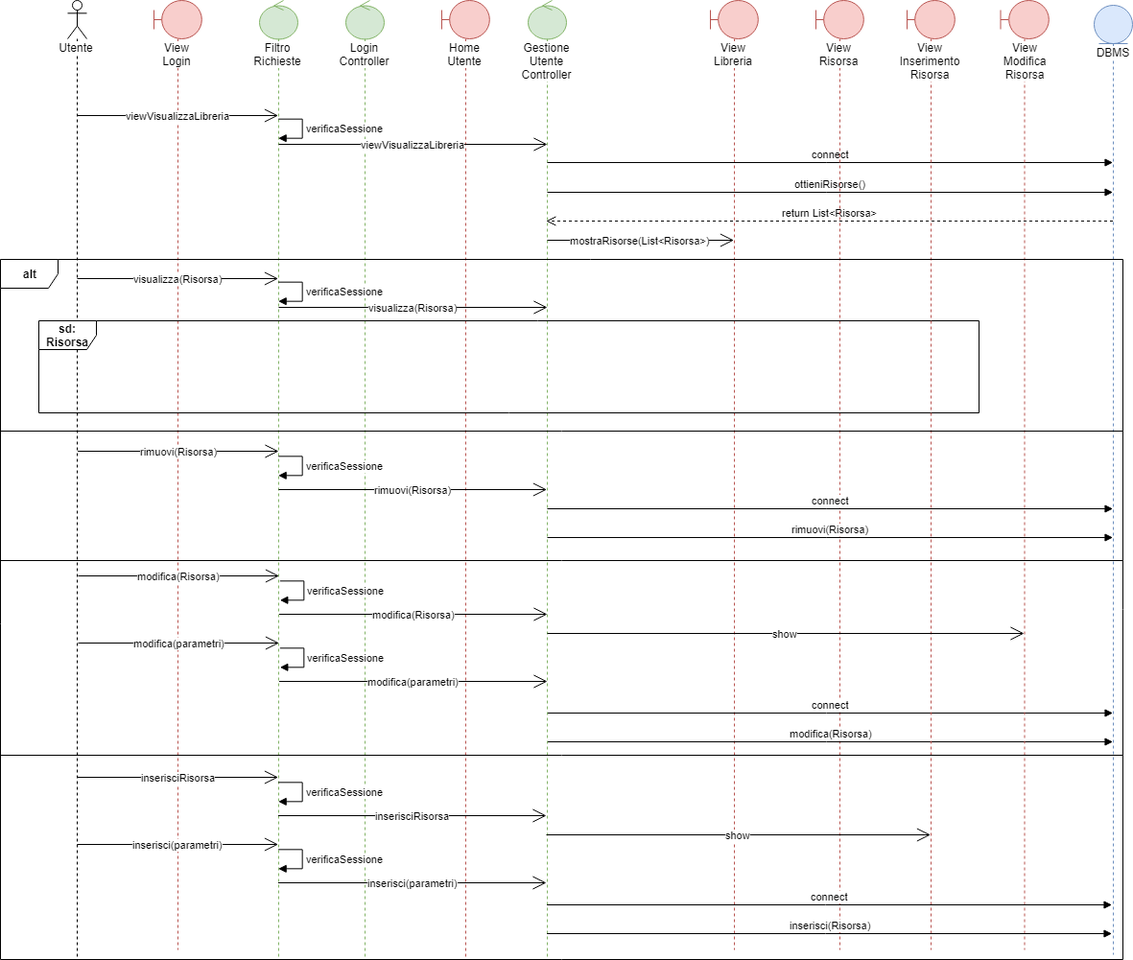
This is Relazione quasi completa/sdLibreria.png from SundavarBlaka/Alexandria, a draw.io export, as it was before one commit. Source tidied: cells renumbered, new cells last; positions are measured from the earlier drawing's top-left corner, leaving out a move shared by most shapes.
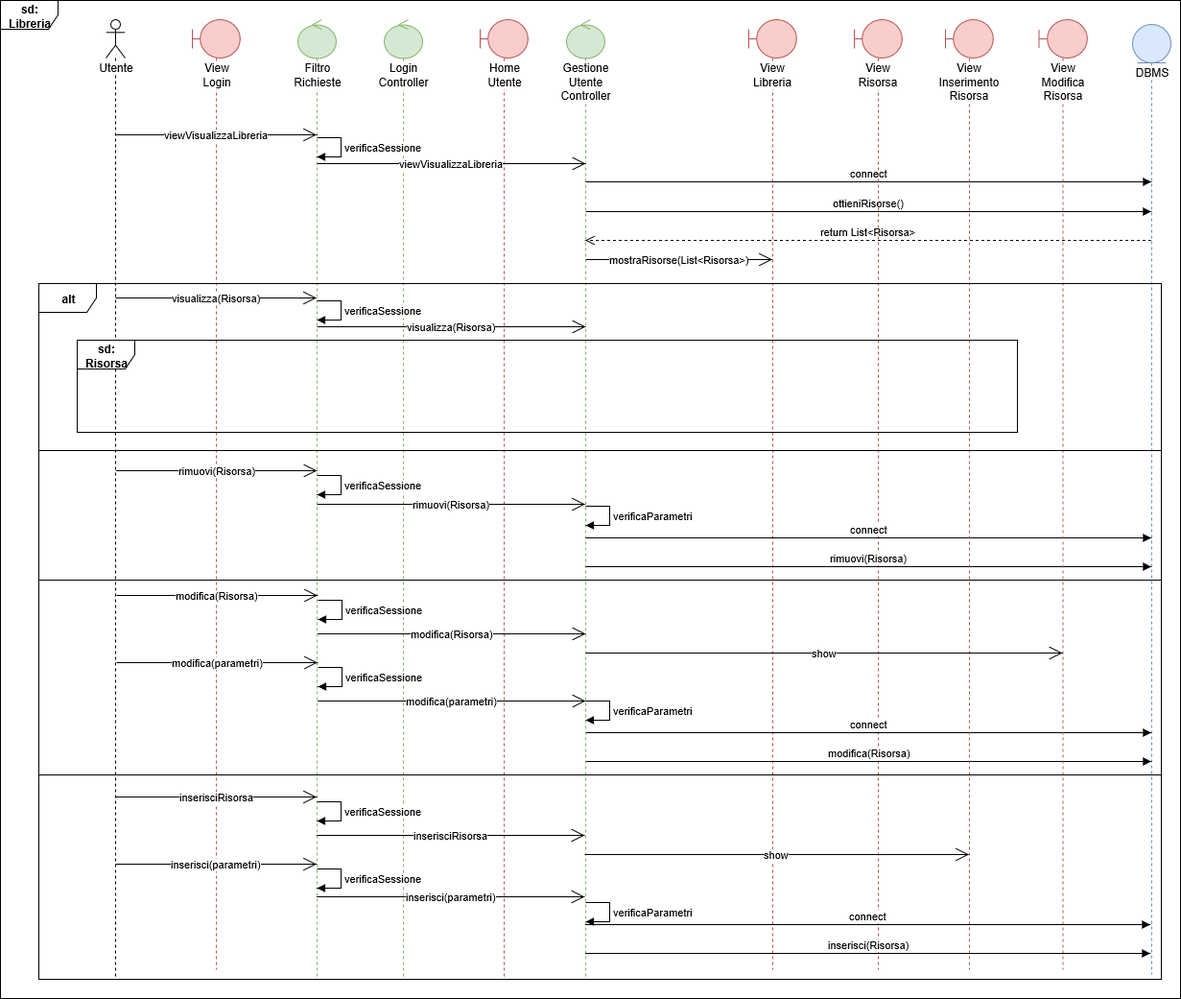
The same file after the commit.

Change to the diagram source:
```diff
@@ -102,9 +102,10 @@
         <mxPoint x="290" y="470" as="targetPoint" />
       </mxGeometry>
     </mxCell>
-    <mxCell id="23" value="rimuovi(Risorsa)&lt;br&gt;" style="endArrow=open;endSize=12;html=1;" parent="1" edge="1" target="7">
+    <mxCell id="23" value="rimuovi(Risorsa)&lt;br&gt;" style="endArrow=open;endSize=12;html=1;" parent="1" edge="1">
       <mxGeometry relative="1" as="geometry">
-        <mxPoint x="290" y="510" as="sourcePoint" />
+        <mxPoint x="290" y="505" as="sourcePoint" />
+        <mxPoint x="569.5" y="505" as="targetPoint" />
       </mxGeometry>
     </mxCell>
     <mxCell id="24" value="verificaSessione&lt;br&gt;" style="edgeStyle=orthogonalEdgeStyle;html=1;align=left;spacingLeft=2;endArrow=block;rounded=0;" parent="1" edge="1">
@@ -116,14 +117,16 @@
         </Array>
       </mxGeometry>
     </mxCell>
-    <mxCell id="25" value="connect&lt;br&gt;" style="html=1;verticalAlign=bottom;endArrow=block;" parent="1" edge="1" target="12">
+    <mxCell id="25" value="connect&lt;br&gt;" style="html=1;verticalAlign=bottom;endArrow=block;" parent="1" edge="1">
       <mxGeometry relative="1" as="geometry">
-        <mxPoint x="570" y="530" as="sourcePoint" />
+        <mxPoint x="570" y="540" as="sourcePoint" />
+        <mxPoint x="1159.5" y="540" as="targetPoint" />
       </mxGeometry>
     </mxCell>
-    <mxCell id="26" value="rimuovi(Risorsa)&lt;br&gt;" style="html=1;verticalAlign=bottom;endArrow=block;" parent="1" edge="1" target="12">
+    <mxCell id="26" value="rimuovi(Risorsa)&lt;br&gt;" style="html=1;verticalAlign=bottom;endArrow=block;" parent="1" edge="1">
       <mxGeometry relative="1" as="geometry">
-        <mxPoint x="570" y="560" as="sourcePoint" />
+        <mxPoint x="570" y="570" as="sourcePoint" />
+        <mxPoint x="1159.5" y="570" as="targetPoint" />
       </mxGeometry>
     </mxCell>
     <mxCell id="27" value="modifica(Risorsa)&lt;br&gt;" style="endArrow=open;endSize=12;html=1;" parent="1" edge="1">
@@ -237,8 +240,8 @@
     </mxCell>
     <mxCell id="45" value="inserisci(parametri)&lt;br&gt;" style="endArrow=open;endSize=12;html=1;" parent="1" edge="1">
       <mxGeometry relative="1" as="geometry">
-        <mxPoint x="289.5" y="920" as="sourcePoint" />
-        <mxPoint x="569" y="920" as="targetPoint" />
+        <mxPoint x="289.5" y="914" as="sourcePoint" />
+        <mxPoint x="569" y="914" as="targetPoint" />
       </mxGeometry>
     </mxCell>
     <mxCell id="46" value="verificaSessione&lt;br&gt;" style="edgeStyle=orthogonalEdgeStyle;html=1;align=left;spacingLeft=2;endArrow=block;rounded=0;" parent="1" edge="1">
@@ -250,9 +253,6 @@
         </Array>
       </mxGeometry>
     </mxCell>
-    <mxCell id="47" value="&lt;b&gt;alt&lt;/b&gt;&lt;br&gt;" style="shape=umlFrame;whiteSpace=wrap;html=1;" parent="1" vertex="1">
-      <mxGeometry y="270" width="1170" height="730" as="geometry" />
-    </mxCell>
     <mxCell id="48" style="line;strokeWidth=1;fillColor=none;align=left;verticalAlign=middle;spacingTop=-1;spacingLeft=3;spacingRight=3;labelPosition=right;" parent="1" vertex="1">
       <mxGeometry y="445" width="1170" height="8" as="geometry" />
     </mxCell>
@@ -262,5 +262,38 @@
     <mxCell id="50" style="line;strokeWidth=1;fillColor=none;align=left;verticalAlign=middle;spacingTop=-1;spacingLeft=3;spacingRight=3;labelPosition=right;" parent="1" vertex="1">
       <mxGeometry y="783" width="1170" height="8" as="geometry" />
     </mxCell>
+    <mxCell id="51" value="verificaParametri&lt;br&gt;" style="edgeStyle=orthogonalEdgeStyle;html=1;align=left;spacingLeft=2;endArrow=block;rounded=0;" parent="1" edge="1">
+      <mxGeometry relative="1" as="geometry">
+        <mxPoint x="570" y="506.5" as="sourcePoint" />
+        <mxPoint x="570" y="526.5" as="targetPoint" />
+        <Array as="points">
+          <mxPoint x="595" y="506.5" />
+        </Array>
+      </mxGeometry>
+    </mxCell>
+    <mxCell id="52" value="verificaParametri&lt;br&gt;" style="edgeStyle=orthogonalEdgeStyle;html=1;align=left;spacingLeft=2;endArrow=block;rounded=0;" parent="1" edge="1">
+      <mxGeometry relative="1" as="geometry">
+        <mxPoint x="570" y="710" as="sourcePoint" />
+        <mxPoint x="570" y="730" as="targetPoint" />
+        <Array as="points">
+          <mxPoint x="595" y="709.5" />
+        </Array>
+      </mxGeometry>
+    </mxCell>
+    <mxCell id="53" value="verificaParametri&lt;br&gt;" style="edgeStyle=orthogonalEdgeStyle;html=1;align=left;spacingLeft=2;endArrow=block;rounded=0;" parent="1" edge="1">
+      <mxGeometry relative="1" as="geometry">
+        <mxPoint x="570" y="920" as="sourcePoint" />
+        <mxPoint x="570" y="940" as="targetPoint" />
+        <Array as="points">
+          <mxPoint x="595" y="919.5" />
+        </Array>
+      </mxGeometry>
+    </mxCell>
+    <mxCell id="47" value="&lt;b&gt;alt&lt;/b&gt;&lt;br&gt;" style="shape=umlFrame;whiteSpace=wrap;html=1;" parent="1" vertex="1">
+      <mxGeometry y="275" width="1170" height="725" as="geometry" />
+    </mxCell>
+    <mxCell id="54" value="&lt;b&gt;sd: Libreria&lt;/b&gt;&lt;br&gt;" style="shape=umlFrame;whiteSpace=wrap;html=1;" parent="1" vertex="1">
+      <mxGeometry x="-40" y="-20" width="1230" height="1040" as="geometry" />
+    </mxCell>
   </root>
 </mxGraphModel>
```
